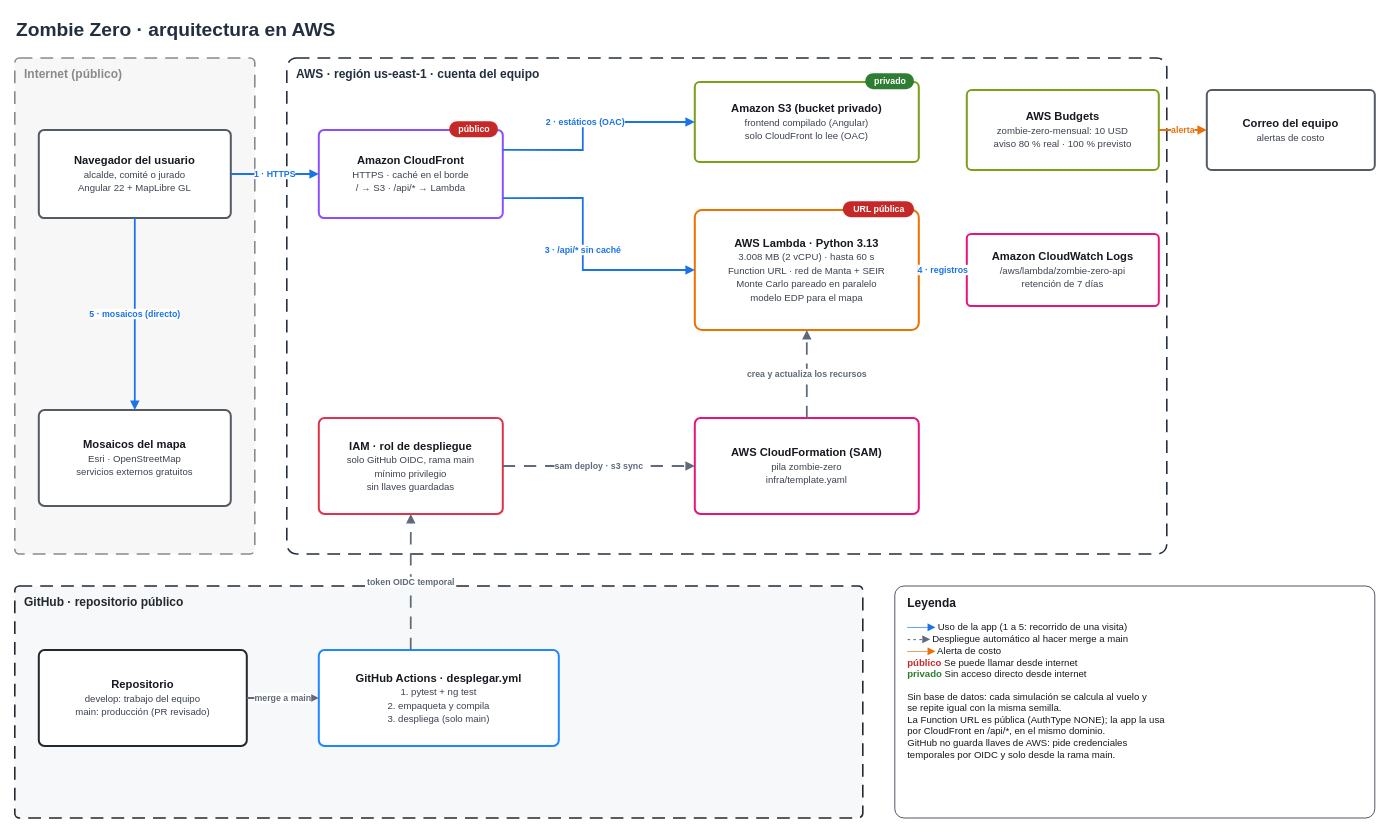
The draw.io diagram docs/arquitectura.drawio in LeonardoVelez23/zombie-zero, before the edit. Source tidied: cells renumbered, new cells numbered last; positions are measured from the earlier drawing's top-left corner, leaving out a move shared by most shapes. Both pictures are drawn from the tidied source at 80%, with x=0, y=0 at pixel (14, 14).
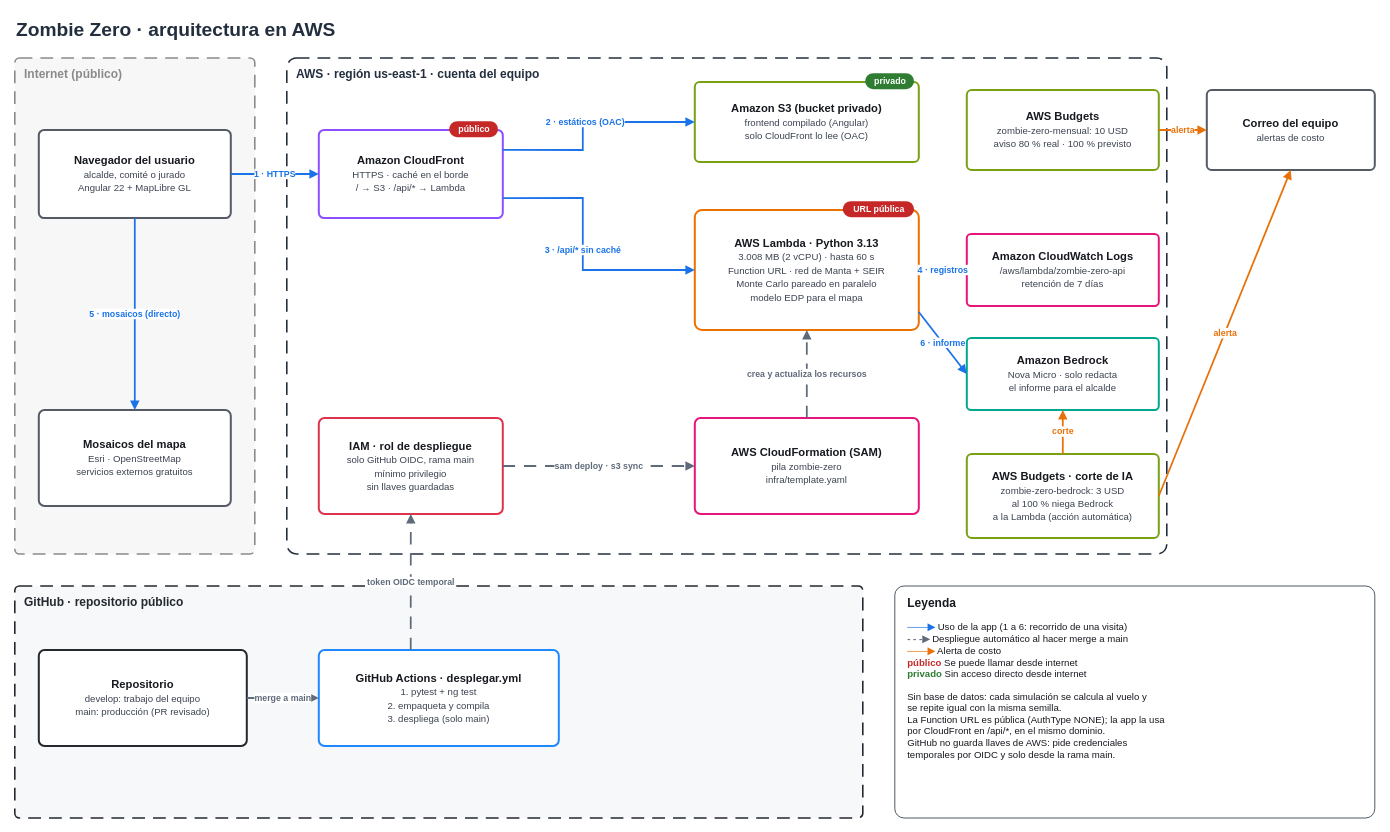
The same page after the edit.

Commit message (it also covers changes not shown here):
docs: costos y tiempos medidos en AWS, informe con IA y Bedrock en el diagrama

Unchanged cells that the change refers to:
```xml
<mxCell id="12" value="&lt;b&gt;AWS Lambda · Python 3.13&lt;/b&gt;&lt;br&gt;&lt;font style=&quot;font-size:12px&quot; color=&quot;#3B4250&quot;&gt;3.008 MB (2 vCPU) · hasta 60 s&lt;/font&gt;&lt;br&gt;&lt;font style=&quot;font-size:12px&quot; color=&quot;#3B4250&quot;&gt;Function URL · red de Manta + SEIR&lt;/font&gt;&lt;br&gt;&lt;font style=&quot;font-size:12px&quot; color=&quot;#3B4250&quot;&gt;Monte Carlo pareado en paralelo&lt;/font&gt;&lt;br&gt;&lt;font style=&quot;font-size:12px&quot; color=&quot;#3B4250&quot;&gt;modelo EDP para el mapa&lt;/font&gt;" style="rounded=1;arcSize=6;html=1;whiteSpace=wrap;fillColor=#FFFFFF;strokeColor=#ED7100;strokeWidth=2.5;fontSize=14;fontColor=#16191F;" parent="1" vertex="1">
  <mxGeometry x="850" y="245" width="280" height="150" as="geometry" />
</mxCell>
<mxCell id="16" value="&lt;b&gt;Correo del equipo&lt;/b&gt;&lt;br&gt;&lt;font style=&quot;font-size:12px&quot; color=&quot;#3B4250&quot;&gt;alertas de costo&lt;/font&gt;" style="rounded=1;arcSize=6;html=1;whiteSpace=wrap;fillColor=#FFFFFF;strokeColor=#545B64;strokeWidth=2.5;fontSize=14;fontColor=#16191F;" parent="1" vertex="1">
  <mxGeometry x="1490" y="95" width="210" height="100" as="geometry" />
</mxCell>
```

What changed in the source:
```diff
@@
+    <mxCell id="32" value="&lt;b&gt;Amazon Bedrock&lt;/b&gt;&lt;br&gt;&lt;font style=&quot;font-size:12px&quot; color=&quot;#3B4250&quot;&gt;Nova Micro · solo redacta&lt;/font&gt;&lt;br&gt;&lt;font style=&quot;font-size:12px&quot; color=&quot;#3B4250&quot;&gt;el informe para el alcalde&lt;/font&gt;" style="rounded=1;arcSize=6;html=1;whiteSpace=wrap;fillColor=#FFFFFF;strokeColor=#01A88D;strokeWidth=2.5;fontSize=14;fontColor=#16191F;" parent="1" vertex="1">
+      <mxGeometry x="1190" y="405" width="240" height="90" as="geometry" />
+    </mxCell>
+    <mxCell id="33" value="&lt;b&gt;AWS Budgets · corte de IA&lt;/b&gt;&lt;br&gt;&lt;font style=&quot;font-size:12px&quot; color=&quot;#3B4250&quot;&gt;zombie-zero-bedrock: 3 USD&lt;/font&gt;&lt;br&gt;&lt;font style=&quot;font-size:12px&quot; color=&quot;#3B4250&quot;&gt;al 100 % niega Bedrock&lt;/font&gt;&lt;br&gt;&lt;font style=&quot;font-size:12px&quot; color=&quot;#3B4250&quot;&gt;a la Lambda (acción automática)&lt;/font&gt;" style="rounded=1;arcSize=6;html=1;whiteSpace=wrap;fillColor=#FFFFFF;strokeColor=#7AA116;strokeWidth=2.5;fontSize=14;fontColor=#16191F;" parent="1" vertex="1">
+      <mxGeometry x="1190" y="550" width="240" height="105" as="geometry" />
+    </mxCell>
+    <mxCell id="34" value="6 · informe" style="edgeStyle=none;html=1;rounded=0;endArrow=block;endFill=1;strokeWidth=2.2;strokeColor=#1A73E8;fontColor=#1A73E8;fontStyle=1;fontSize=11;labelBackgroundColor=#FFFFFF;exitX=1.000;exitY=0.850;exitDx=0;exitDy=0;entryX=0.000;entryY=0.500;entryDx=0;entryDy=0;" parent="1" edge="1" source="12" target="32">
+      <mxGeometry relative="1" as="geometry" />
+    </mxCell>
+    <mxCell id="35" value="corte" style="edgeStyle=none;html=1;rounded=0;endArrow=block;endFill=1;strokeWidth=2.2;strokeColor=#E8710A;fontColor=#E8710A;fontStyle=1;fontSize=11;labelBackgroundColor=#FFFFFF;exitX=0.500;exitY=0.000;exitDx=0;exitDy=0;entryX=0.500;entryY=1.000;entryDx=0;entryDy=0;" parent="1" edge="1" source="33" target="32">
+      <mxGeometry relative="1" as="geometry" />
+    </mxCell>
+    <mxCell id="36" value="alerta" style="edgeStyle=none;html=1;rounded=0;endArrow=block;endFill=1;strokeWidth=2.2;strokeColor=#E8710A;fontColor=#E8710A;fontStyle=1;fontSize=11;labelBackgroundColor=#FFFFFF;exitX=1.000;exitY=0.500;exitDx=0;exitDy=0;entryX=0.500;entryY=1.000;entryDx=0;entryDy=0;" parent="1" edge="1" source="33" target="16">
+      <mxGeometry relative="1" as="geometry" />
+    </mxCell>
-    <mxCell id="31" value="&lt;b style=&quot;font-size:15px&quot;&gt;Leyenda&lt;/b&gt;&lt;br&gt;&lt;br&gt;&lt;font color=&quot;#1A73E8&quot;&gt;&lt;b&gt;───▶&lt;/b&gt;&lt;/font&gt;  Uso de la app (1 a 5: recorrido de una visita)&lt;br&gt;&lt;font color=&quot;#5F6B7A&quot;&gt;&lt;b&gt;- - -▶&lt;/b&gt;&lt;/font&gt;  Despliegue automático al hacer merge a main&lt;br&gt;&lt;font color=&quot;#E8710A&quot;&gt;&lt;b&gt;───▶&lt;/b&gt;&lt;/font&gt;  Alerta de costo&lt;br&gt;&lt;font color=&quot;#C62828&quot;&gt;&lt;b&gt;público&lt;/b&gt;&lt;/font&gt;  Se puede llamar desde internet&lt;br&gt;&lt;font color=&quot;#2E7D32&quot;&gt;&lt;b&gt;privado&lt;/b&gt;&lt;/font&gt;  Sin acceso directo desde internet&lt;br&gt;&lt;br&gt;Sin base de datos: cada simulación se calcula al vuelo y&lt;br&gt;se repite igual con la misma semilla.&lt;br&gt;La Function URL es pública (AuthType NONE); la app la usa&lt;br&gt;por CloudFront en /api/*, en el mismo dominio.&lt;br&gt;GitHub no guarda llaves de AWS: pide credenciales&lt;br&gt;temporales por OIDC y solo desde la rama main." style="rounded=1;arcSize=4;html=1;whiteSpace=wrap;fillColor=#FFFFFF;strokeColor=#232F3E;fontSize=12;fontColor=#16191F;align=left;verticalAlign=top;spacingLeft=14;spacingTop=6;" parent="1" vertex="1">
+    <mxCell id="31" value="&lt;b style=&quot;font-size:15px&quot;&gt;Leyenda&lt;/b&gt;&lt;br&gt;&lt;br&gt;&lt;font color=&quot;#1A73E8&quot;&gt;&lt;b&gt;───▶&lt;/b&gt;&lt;/font&gt;  Uso de la app (1 a 6: recorrido de una visita)&lt;br&gt;&lt;font color=&quot;#5F6B7A&quot;&gt;&lt;b&gt;- - -▶&lt;/b&gt;&lt;/font&gt;  Despliegue automático al hacer merge a main&lt;br&gt;&lt;font color=&quot;#E8710A&quot;&gt;&lt;b&gt;───▶&lt;/b&gt;&lt;/font&gt;  Alerta de costo&lt;br&gt;&lt;font color=&quot;#C62828&quot;&gt;&lt;b&gt;público&lt;/b&gt;&lt;/font&gt;  Se puede llamar desde internet&lt;br&gt;&lt;font color=&quot;#2E7D32&quot;&gt;&lt;b&gt;privado&lt;/b&gt;&lt;/font&gt;  Sin acceso directo desde internet&lt;br&gt;&lt;br&gt;Sin base de datos: cada simulación se calcula al vuelo y&lt;br&gt;se repite igual con la misma semilla.&lt;br&gt;La Function URL es pública (AuthType NONE); la app la usa&lt;br&gt;por CloudFront en /api/*, en el mismo dominio.&lt;br&gt;GitHub no guarda llaves de AWS: pide credenciales&lt;br&gt;temporales por OIDC y solo desde la rama main." style="rounded=1;arcSize=4;html=1;whiteSpace=wrap;fillColor=#FFFFFF;strokeColor=#232F3E;fontSize=12;fontColor=#16191F;align=left;verticalAlign=top;spacingLeft=14;spacingTop=6;" parent="1" vertex="1">
       <mxGeometry x="1100" y="715" width="600" height="290" as="geometry" />
     </mxCell>
```
